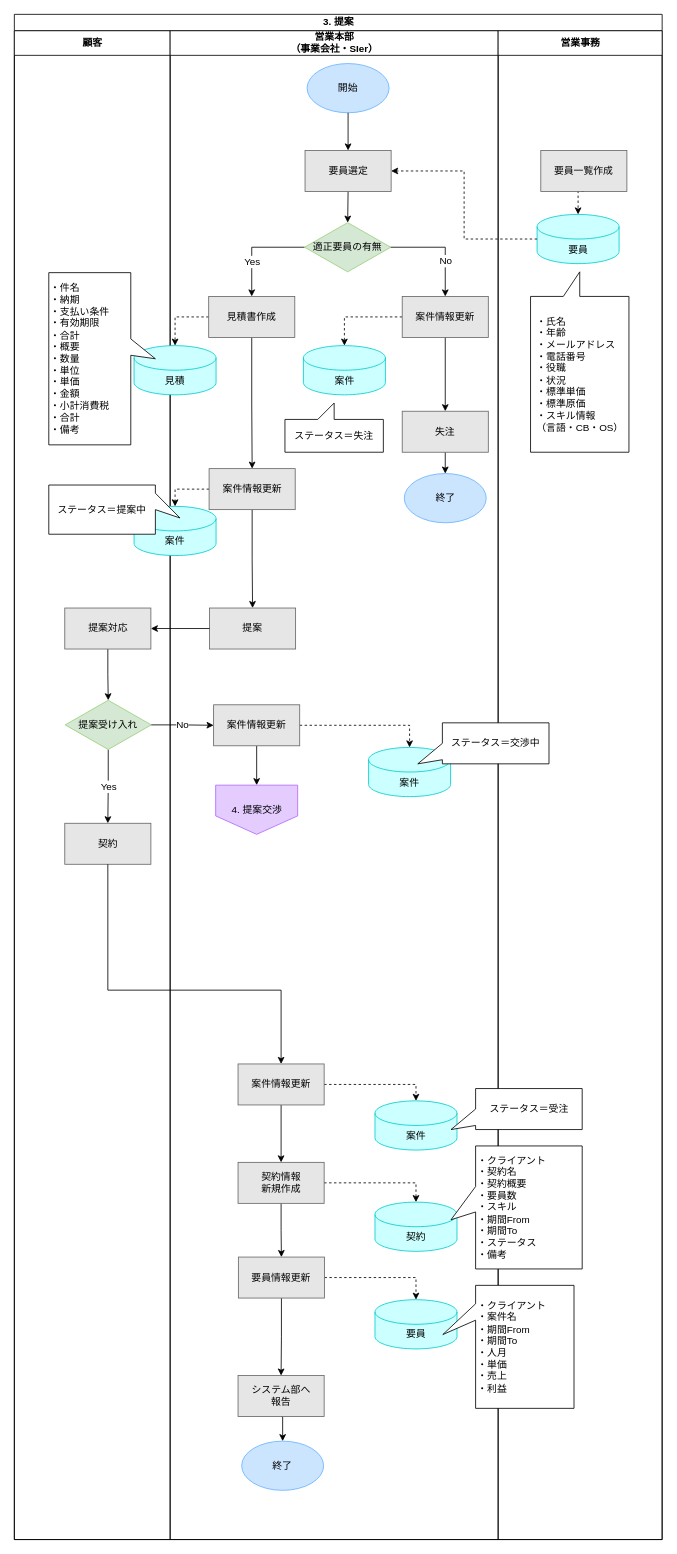
TaikiHorita/TaikiRepository keeps this draw.io diagram as page "提案" (4 of 6) of 20230622To-Be業務フロー図.drawio. Above is the earlier version. Source tidied: cells renumbered, new cells numbered last; positions are measured from the earlier drawing's top-left corner, leaving out a move shared by most shapes. Both pictures are drawn from the tidied source at 82%, with x=0, y=0 at pixel (14, 14).
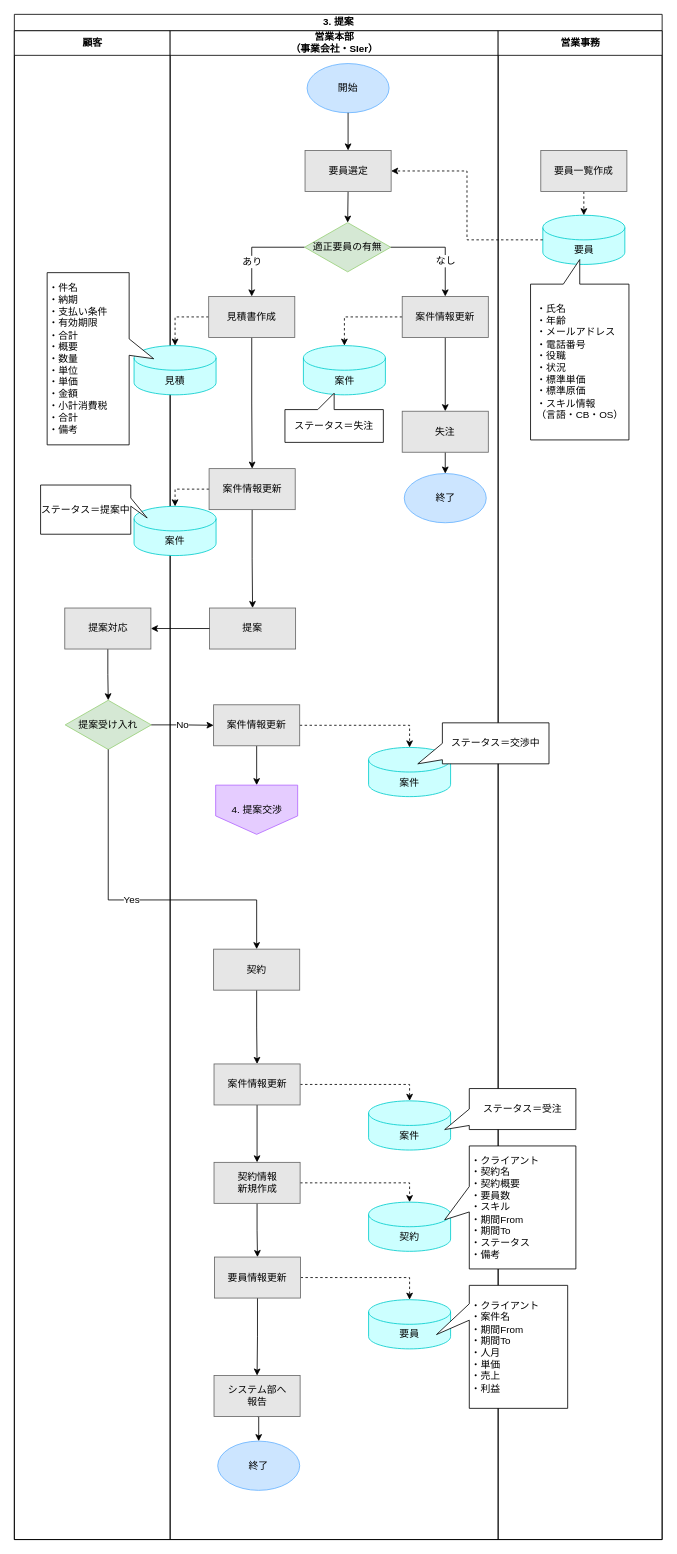
The same diagram, later.

The change refers to these unchanged cells:
```xml
<mxCell id="2" value="3. 提案" style="swimlane;startSize=20;html=1;fontFamily=Meiryo UI ;fontSize=12;" parent="1" vertex="1">
  <mxGeometry width="790" height="1860" as="geometry" />
</mxCell>
<mxCell id="3" value="顧客" style="swimlane;startSize=30;html=1;fillColor=#FFFFFF;fontFamily=Meiryo UI ;fontSize=12;" parent="2" vertex="1">
  <mxGeometry y="20" width="190" height="1840" as="geometry" />
</mxCell>
<mxCell id="7" value="提案受け入れ" style="rhombus;whiteSpace=wrap;html=1;fillColor=#D5E8D4;fontFamily=Meiryo UI ;strokeColor=#97D077;fontSize=12;" parent="3" vertex="1">
  <mxGeometry x="62" y="816.5" width="105" height="60" as="geometry" />
</mxCell>
<mxCell id="9" value="営業本部&lt;br style=&quot;font-size: 12px;&quot;&gt;（事業会社・SIer）" style="swimlane;startSize=30;html=1;fontFamily=Meiryo UI ;fontSize=12;" parent="2" vertex="1">
  <mxGeometry x="190" y="20" width="400" height="1840" as="geometry" />
</mxCell>
<mxCell id="11" value="適正要員の有無" style="rhombus;whiteSpace=wrap;html=1;fillColor=#D5E8D4;fontFamily=Meiryo UI ;strokeColor=#97D077;fontSize=12;" parent="9" vertex="1">
  <mxGeometry x="164" y="234" width="105" height="60" as="geometry" />
</mxCell>
<mxCell id="25" value="見積書作成" style="rounded=0;whiteSpace=wrap;html=1;fillColor=#E6E6E6;fontFamily=Meiryo UI ;strokeColor=#666666;fontSize=12;" parent="9" vertex="1">
  <mxGeometry x="47" y="324" width="105" height="50" as="geometry" />
</mxCell>
<mxCell id="34" value="案件情報更新" style="rounded=0;whiteSpace=wrap;html=1;fillColor=#E6E6E6;fontFamily=Meiryo UI ;strokeColor=#666666;fontSize=12;" parent="9" vertex="1">
  <mxGeometry x="283" y="324" width="105" height="50" as="geometry" />
</mxCell>
<mxCell id="57" value="営業事務" style="swimlane;startSize=30;html=1;fontFamily=Meiryo UI ;fontSize=12;" parent="2" vertex="1">
  <mxGeometry x="590" y="20" width="200" height="1840" as="geometry" />
</mxCell>
```

Change to the diagram source:
```diff
@@
-    <mxCell id="6" value="Yes" style="edgeStyle=orthogonalEdgeStyle;rounded=0;jettySize=auto;html=1;exitX=0.5;exitY=1;exitDx=0;exitDy=0;fontFamily=Meiryo UI ;fontSize=12;" parent="3" edge="1" source="7" target="8">
-      <mxGeometry relative="1" as="geometry" />
-    </mxCell>
@@
-    <mxCell id="8" value="契約" style="rounded=0;whiteSpace=wrap;html=1;fillColor=#E6E6E6;fontFamily=Meiryo UI ;strokeColor=#666666;fontSize=12;" parent="3" vertex="1">
-      <mxGeometry x="61.5" y="966.5" width="105" height="50" as="geometry" />
-    </mxCell>
@@
-    <mxCell id="10" value="Yes" style="edgeStyle=orthogonalEdgeStyle;rounded=0;jettySize=auto;html=1;exitX=0;exitY=0.5;exitDx=0;exitDy=0;fontFamily=Meiryo UI ;entryX=0.5;entryY=0;entryDx=0;entryDy=0;fontSize=12;" parent="9" edge="1" source="11" target="25">
+    <mxCell id="10" value="あり" style="edgeStyle=orthogonalEdgeStyle;rounded=0;jettySize=auto;html=1;exitX=0;exitY=0.5;exitDx=0;exitDy=0;fontFamily=Meiryo UI ;entryX=0.5;entryY=0;entryDx=0;entryDy=0;fontSize=12;" parent="9" edge="1" source="11" target="25">
       <mxGeometry x="0.32" relative="1" as="geometry">
         <Array as="points">
           <mxPoint x="100" y="264" />
         </Array>
       </mxGeometry>
     </mxCell>
@@
     <mxCell id="15" value="&lt;font style=&quot;font-size: 12px;&quot;&gt;&lt;span style=&quot;font-size: 12px;&quot;&gt;案件&lt;/span&gt;&lt;/font&gt;" style="shape=cylinder3;whiteSpace=wrap;html=1;boundedLbl=1;backgroundOutline=1;size=15;fillColor=#CCFFFF;fontFamily=Meiryo UI ;strokeColor=#00CCCC;fontColor=#000000;fontStyle=0;fontSize=12;" parent="9" vertex="1">
-      <mxGeometry x="249.8" y="1305" width="100" height="60" as="geometry" />
+      <mxGeometry x="242" y="1305" width="100" height="60" as="geometry" />
     </mxCell>
@@
     <mxCell id="21" value="&lt;font style=&quot;font-size: 12px;&quot;&gt;&lt;span style=&quot;font-size: 12px;&quot;&gt;要員&lt;/span&gt;&lt;/font&gt;" style="shape=cylinder3;whiteSpace=wrap;html=1;boundedLbl=1;backgroundOutline=1;size=15;fillColor=#CCFFFF;fontFamily=Meiryo UI ;strokeColor=#00CCCC;fontColor=#000000;fontStyle=0;fontSize=12;" parent="9" vertex="1">
-      <mxGeometry x="249.8" y="1547.5" width="100" height="60" as="geometry" />
+      <mxGeometry x="242" y="1547.5" width="100" height="60" as="geometry" />
     </mxCell>
     <mxCell id="22" value="終了" style="ellipse;whiteSpace=wrap;html=1;fontFamily=Meiryo UI ;fillColor=#CCE5FF;strokeColor=#66B2FF;fontSize=12;" parent="9" vertex="1">
-      <mxGeometry x="87.2" y="1720" width="100" height="60" as="geometry" />
+      <mxGeometry x="58" y="1720" width="100" height="60" as="geometry" />
     </mxCell>
@@
-    <mxCell id="35" value="No" style="edgeStyle=orthogonalEdgeStyle;rounded=0;jettySize=auto;html=1;exitX=1;exitY=0.5;exitDx=0;exitDy=0;entryX=0.5;entryY=0;entryDx=0;entryDy=0;fontFamily=Meiryo UI ;fontSize=12;" parent="9" edge="1" source="11" target="34">
+    <mxCell id="35" value="なし" style="edgeStyle=orthogonalEdgeStyle;rounded=0;jettySize=auto;html=1;exitX=1;exitY=0.5;exitDx=0;exitDy=0;entryX=0.5;entryY=0;entryDx=0;entryDy=0;fontFamily=Meiryo UI ;fontSize=12;" parent="9" edge="1" source="11" target="34">
       <mxGeometry x="0.3" relative="1" as="geometry">
         <mxPoint y="1" as="offset" />
       </mxGeometry>
     </mxCell>
@@
     <mxCell id="38" value="案件情報更新" style="rounded=0;whiteSpace=wrap;html=1;fillColor=#E6E6E6;fontFamily=Meiryo UI ;strokeColor=#666666;fontSize=12;" parent="9" vertex="1">
-      <mxGeometry x="82.8" y="1260" width="105" height="50" as="geometry" />
+      <mxGeometry x="53.5" y="1260" width="105" height="50" as="geometry" />
     </mxCell>
     <mxCell id="39" value="・件名&lt;br style=&quot;font-size: 12px;&quot;&gt;・納期&lt;br style=&quot;font-size: 12px;&quot;&gt;・支払い条件&lt;br style=&quot;font-size: 12px;&quot;&gt;・有効期限&lt;br style=&quot;font-size: 12px;&quot;&gt;・合計&lt;br style=&quot;font-size: 12px;&quot;&gt;・概要&lt;br style=&quot;font-size: 12px;&quot;&gt;・数量&lt;br style=&quot;font-size: 12px;&quot;&gt;・単位&lt;br style=&quot;font-size: 12px;&quot;&gt;・単価&lt;br style=&quot;font-size: 12px;&quot;&gt;・金額&lt;br style=&quot;font-size: 12px;&quot;&gt;・小計消費税&lt;br style=&quot;font-size: 12px;&quot;&gt;・合計&lt;br style=&quot;font-size: 12px;&quot;&gt;・備考" style="shape=callout;whiteSpace=wrap;html=1;perimeter=calloutPerimeter;size=30;position=0.52;direction=north;base=20;align=left;fontFamily=Meiryo UI ;fontSize=12;" parent="9" vertex="1">
-      <mxGeometry x="-148" y="295" width="130" height="210" as="geometry" />
+      <mxGeometry x="-150" y="295" width="130" height="210" as="geometry" />
     </mxCell>
@@
     <mxCell id="42" value="要員情報更新" style="rounded=0;whiteSpace=wrap;html=1;fillColor=#E6E6E6;fontFamily=Meiryo UI ;strokeColor=#666666;fontSize=12;" parent="9" vertex="1">
-      <mxGeometry x="83.2" y="1495.5" width="105" height="50" as="geometry" />
+      <mxGeometry x="54" y="1495.5" width="105" height="50" as="geometry" />
     </mxCell>
@@
     <mxCell id="44" value="&lt;font style=&quot;font-size: 12px;&quot;&gt;&lt;span style=&quot;font-size: 12px;&quot;&gt;契約&lt;/span&gt;&lt;/font&gt;" style="shape=cylinder3;whiteSpace=wrap;html=1;boundedLbl=1;backgroundOutline=1;size=15;fillColor=#CCFFFF;fontFamily=Meiryo UI ;strokeColor=#00CCCC;fontColor=#000000;fontStyle=0;fontSize=12;" parent="9" vertex="1">
-      <mxGeometry x="249.8" y="1428.5" width="100" height="60" as="geometry" />
+      <mxGeometry x="242" y="1428.5" width="100" height="60" as="geometry" />
     </mxCell>
@@
     <mxCell id="46" value="ステータス＝失注" style="shape=callout;whiteSpace=wrap;html=1;perimeter=calloutPerimeter;direction=west;size=20;position=0.5;fontFamily=Meiryo UI ;fontSize=12;" parent="9" vertex="1">
-      <mxGeometry x="140" y="454" width="120" height="60" as="geometry" />
+      <mxGeometry x="140" y="442" width="120" height="60" as="geometry" />
     </mxCell>
@@
     <mxCell id="51" value="契約情報&lt;br style=&quot;font-size: 12px;&quot;&gt;新規作成" style="rounded=0;whiteSpace=wrap;html=1;fillColor=#E6E6E6;fontFamily=Meiryo UI ;strokeColor=#666666;fontSize=12;" parent="9" vertex="1">
-      <mxGeometry x="82.8" y="1380" width="105" height="50" as="geometry" />
+      <mxGeometry x="53.5" y="1380" width="105" height="50" as="geometry" />
     </mxCell>
@@
     <mxCell id="53" value="システム部へ&lt;br style=&quot;font-size: 12px;&quot;&gt;報告" style="rounded=0;whiteSpace=wrap;html=1;fillColor=#E6E6E6;fontFamily=Meiryo UI ;strokeColor=#666666;fontSize=12;" parent="9" vertex="1">
-      <mxGeometry x="82.8" y="1640" width="105" height="50" as="geometry" />
+      <mxGeometry x="53.5" y="1640" width="105" height="50" as="geometry" />
     </mxCell>
@@
+    <mxCell id="56" style="edgeStyle=orthogonalEdgeStyle;rounded=0;jettySize=auto;html=1;exitX=0.5;exitY=1;exitDx=0;exitDy=0;" parent="9" edge="1" source="8" target="38">
+      <mxGeometry relative="1" as="geometry" />
+    </mxCell>
+    <mxCell id="8" value="契約" style="rounded=0;whiteSpace=wrap;html=1;fillColor=#E6E6E6;fontFamily=Meiryo UI ;strokeColor=#666666;fontSize=12;" parent="9" vertex="1">
+      <mxGeometry x="53" y="1120" width="105" height="50" as="geometry" />
+    </mxCell>
@@
-    <mxCell id="56" style="edgeStyle=orthogonalEdgeStyle;rounded=0;jettySize=auto;html=1;exitX=0.5;exitY=1;exitDx=0;exitDy=0;entryX=0.5;entryY=0;entryDx=0;entryDy=0;fontFamily=Meiryo UI ;fontSize=12;" parent="2" edge="1" source="8" target="38">
-      <mxGeometry relative="1" as="geometry">
-        <Array as="points">
-          <mxPoint x="114" y="1190" />
-          <mxPoint x="325" y="1190" />
-        </Array>
-      </mxGeometry>
-    </mxCell>
@@
     <mxCell id="58" value="&lt;font style=&quot;font-size: 12px;&quot;&gt;&lt;span style=&quot;font-size: 12px;&quot;&gt;要員&lt;/span&gt;&lt;/font&gt;" style="shape=cylinder3;whiteSpace=wrap;html=1;boundedLbl=1;backgroundOutline=1;size=15;fillColor=#CCFFFF;fontFamily=Meiryo UI ;strokeColor=#00CCCC;fontColor=#000000;fontStyle=0;fontSize=12;" parent="57" vertex="1">
-      <mxGeometry x="47.5" y="224" width="100" height="60" as="geometry" />
+      <mxGeometry x="54.5" y="225" width="100" height="60" as="geometry" />
     </mxCell>
@@
     <mxCell id="62" value="&lt;div style=&quot;border-color: var(--border-color); text-align: justify; font-size: 12px;&quot;&gt;&lt;/div&gt;&lt;span style=&quot;border-color: var(--border-color); background-color: initial; font-size: 12px;&quot;&gt;&lt;/span&gt;&lt;blockquote style=&quot;border: none; margin: 0px 0px 0px 40px; padding: 0px; font-size: 12px;&quot;&gt;&lt;/blockquote&gt;&lt;span style=&quot;border-color: var(--border-color); background-color: initial; font-size: 12px;&quot;&gt;&lt;div style=&quot;border-color: var(--border-color); text-align: justify; font-size: 12px;&quot;&gt;&lt;span style=&quot;border-color: var(--border-color); background-color: initial; font-size: 12px;&quot;&gt;・氏名&lt;/span&gt;&lt;/div&gt;&lt;/span&gt;&lt;blockquote style=&quot;border: none; margin: 0px 0px 0px 40px; padding: 0px; font-size: 12px;&quot;&gt;&lt;/blockquote&gt;&lt;span style=&quot;border-color: var(--border-color); background-color: initial; font-size: 12px;&quot;&gt;&lt;div style=&quot;border-color: var(--border-color); text-align: justify; font-size: 12px;&quot;&gt;&lt;span style=&quot;border-color: var(--border-color); background-color: initial; font-size: 12px;&quot;&gt;・年齢&lt;/span&gt;&lt;/div&gt;&lt;/span&gt;&lt;blockquote style=&quot;border: none; margin: 0px 0px 0px 40px; padding: 0px; font-size: 12px;&quot;&gt;&lt;/blockquote&gt;&lt;span style=&quot;border-color: var(--border-color); background-color: initial; font-size: 12px;&quot;&gt;&lt;div style=&quot;border-color: var(--border-color); text-align: justify; font-size: 12px;&quot;&gt;&lt;span style=&quot;border-color: var(--border-color); background-color: initial; font-size: 12px;&quot;&gt;・メールアドレス&lt;/span&gt;&lt;/div&gt;&lt;/span&gt;&lt;blockquote style=&quot;border: none; margin: 0px 0px 0px 40px; padding: 0px; font-size: 12px;&quot;&gt;&lt;/blockquote&gt;&lt;span style=&quot;border-color: var(--border-color); background-color: initial; font-size: 12px;&quot;&gt;&lt;div style=&quot;border-color: var(--border-color); text-align: justify; font-size: 12px;&quot;&gt;&lt;span style=&quot;border-color: var(--border-color); background-color: initial; font-size: 12px;&quot;&gt;・電話番号&lt;/span&gt;&lt;/div&gt;&lt;/span&gt;&lt;blockquote style=&quot;border: none; margin: 0px 0px 0px 40px; padding: 0px; font-size: 12px;&quot;&gt;&lt;/blockquote&gt;&lt;span style=&quot;border-color: var(--border-color); background-color: initial; font-size: 12px;&quot;&gt;&lt;div style=&quot;border-color: var(--border-color); text-align: justify; font-size: 12px;&quot;&gt;&lt;span style=&quot;border-color: var(--border-color); background-color: initial; font-size: 12px;&quot;&gt;・役職&lt;/span&gt;&lt;/div&gt;&lt;/span&gt;&lt;blockquote style=&quot;border: none; margin: 0px 0px 0px 40px; padding: 0px; font-size: 12px;&quot;&gt;&lt;/blockquote&gt;&lt;span style=&quot;border-color: var(--border-color); background-color: initial; font-size: 12px;&quot;&gt;&lt;div style=&quot;border-color: var(--border-color); text-align: justify; font-size: 12px;&quot;&gt;&lt;span style=&quot;border-color: var(--border-color); background-color: initial; font-size: 12px;&quot;&gt;・状況&lt;/span&gt;&lt;/div&gt;&lt;/span&gt;&lt;blockquote style=&quot;border: none; margin: 0px 0px 0px 40px; padding: 0px; font-size: 12px;&quot;&gt;&lt;/blockquote&gt;&lt;span style=&quot;border-color: var(--border-color); background-color: initial; font-size: 12px;&quot;&gt;&lt;div style=&quot;border-color: var(--border-color); text-align: justify; font-size: 12px;&quot;&gt;&lt;span style=&quot;border-color: var(--border-color); background-color: initial; font-size: 12px;&quot;&gt;・標準単価&lt;/span&gt;&lt;/div&gt;&lt;/span&gt;&lt;blockquote style=&quot;border: none; margin: 0px 0px 0px 40px; padding: 0px; font-size: 12px;&quot;&gt;&lt;/blockquote&gt;&lt;span style=&quot;border-color: var(--border-color); background-color: initial; font-size: 12px;&quot;&gt;&lt;div style=&quot;border-color: var(--border-color); text-align: justify; font-size: 12px;&quot;&gt;&lt;span style=&quot;border-color: var(--border-color); background-color: initial; font-size: 12px;&quot;&gt;・標準原価&lt;/span&gt;&lt;/div&gt;&lt;/span&gt;&lt;div style=&quot;border-color: var(--border-color); text-align: justify; font-size: 12px;&quot;&gt;&lt;span style=&quot;border-color: var(--border-color); background-color: initial; font-size: 12px;&quot;&gt;・スキル情報&lt;/span&gt;&lt;/div&gt;&lt;div style=&quot;border-color: var(--border-color); text-align: justify; font-size: 12px;&quot;&gt;&lt;span style=&quot;border-color: var(--border-color); background-color: initial; font-size: 12px;&quot;&gt;（言語・CB・OS）&lt;/span&gt;&lt;/div&gt;" style="shape=callout;whiteSpace=wrap;html=1;perimeter=calloutPerimeter;direction=west;fontFamily=Meiryo UI ;fontSize=12;" parent="57" vertex="1">
-      <mxGeometry x="39.5" y="294" width="120" height="220" as="geometry" />
+      <mxGeometry x="39.5" y="279" width="120" height="220" as="geometry" />
     </mxCell>
     <mxCell id="63" value="ステータス＝受注" style="shape=callout;whiteSpace=wrap;html=1;perimeter=calloutPerimeter;direction=south;position2=1;fontFamily=Meiryo UI ;fontSize=12;" parent="57" vertex="1">
-      <mxGeometry x="-57.5" y="1290" width="160" height="50" as="geometry" />
+      <mxGeometry x="-65.2" y="1290" width="160" height="50" as="geometry" />
     </mxCell>
     <mxCell id="64" value="・クライアント&lt;br style=&quot;font-size: 12px;&quot;&gt;・案件名&lt;br style=&quot;font-size: 12px;&quot;&gt;・期間From&lt;br style=&quot;font-size: 12px;&quot;&gt;・期間To&lt;br style=&quot;font-size: 12px;&quot;&gt;・人月&lt;br style=&quot;font-size: 12px;&quot;&gt;・単価&lt;br style=&quot;font-size: 12px;&quot;&gt;・売上&lt;br style=&quot;font-size: 12px;&quot;&gt;・利益" style="shape=callout;whiteSpace=wrap;html=1;perimeter=calloutPerimeter;direction=south;position2=0.4;size=40;position=0.15;align=left;fontFamily=Meiryo UI ;fontSize=12;" parent="57" vertex="1">
-      <mxGeometry x="-67.5" y="1530" width="160" height="150" as="geometry" />
+      <mxGeometry x="-75.2" y="1530" width="160" height="150" as="geometry" />
     </mxCell>
     <mxCell id="65" value="&lt;div style=&quot;border-color: var(--border-color); font-size: 12px;&quot;&gt;・クライアント&lt;/div&gt;&lt;div style=&quot;border-color: var(--border-color); font-size: 12px;&quot;&gt;・契約名&lt;/div&gt;&lt;div style=&quot;border-color: var(--border-color); font-size: 12px;&quot;&gt;&lt;span style=&quot;border-color: var(--border-color); background-color: initial; font-size: 12px;&quot;&gt;・契約概要&lt;/span&gt;&lt;/div&gt;&lt;div style=&quot;border-color: var(--border-color); font-size: 12px;&quot;&gt;&lt;span style=&quot;border-color: var(--border-color); background-color: initial; font-size: 12px;&quot;&gt;・要員数&lt;/span&gt;&lt;/div&gt;&lt;div style=&quot;border-color: var(--border-color); font-size: 12px;&quot;&gt;&lt;span style=&quot;border-color: var(--border-color); background-color: initial; font-size: 12px;&quot;&gt;・スキル&lt;/span&gt;&lt;/div&gt;&lt;div style=&quot;border-color: var(--border-color); font-size: 12px;&quot;&gt;&lt;span style=&quot;border-color: var(--border-color); background-color: initial; font-size: 12px;&quot;&gt;・期間From&lt;/span&gt;&lt;/div&gt;&lt;div style=&quot;border-color: var(--border-color); font-size: 12px;&quot;&gt;&lt;span style=&quot;border-color: var(--border-color); background-color: initial; font-size: 12px;&quot;&gt;・期間To&lt;/span&gt;&lt;/div&gt;&lt;div style=&quot;border-color: var(--border-color); font-size: 12px;&quot;&gt;&lt;span style=&quot;border-color: var(--border-color); background-color: initial; font-size: 12px;&quot;&gt;・ステータス&lt;/span&gt;&lt;/div&gt;&lt;div style=&quot;border-color: var(--border-color); font-size: 12px;&quot;&gt;&lt;span style=&quot;border-color: var(--border-color); background-color: initial; font-size: 12px;&quot;&gt;・備考&lt;/span&gt;&lt;/div&gt;" style="shape=callout;whiteSpace=wrap;html=1;perimeter=calloutPerimeter;direction=south;position2=0.6;size=30;position=0.33;base=31;align=left;fontFamily=Meiryo UI ;fontSize=12;" parent="57" vertex="1">
-      <mxGeometry x="-57.5" y="1360" width="160" height="150" as="geometry" />
+      <mxGeometry x="-65.2" y="1360" width="160" height="150" as="geometry" />
     </mxCell>
@@
+    <mxCell id="6" value="Yes" style="edgeStyle=orthogonalEdgeStyle;rounded=0;jettySize=auto;html=1;exitX=0.5;exitY=1;exitDx=0;exitDy=0;fontFamily=Meiryo UI ;fontSize=12;entryX=0.5;entryY=0;entryDx=0;entryDy=0;" parent="2" edge="1" source="7" target="8">
+      <mxGeometry relative="1" as="geometry">
+        <Array as="points">
+          <mxPoint x="115" y="1080" />
+          <mxPoint x="296" y="1080" />
+        </Array>
+      </mxGeometry>
+    </mxCell>
-    <mxCell id="68" value="ステータス＝提案中" style="shape=callout;whiteSpace=wrap;html=1;perimeter=calloutPerimeter;direction=north;position2=0.33;fontFamily=Meiryo UI ;fontSize=12;" parent="1" vertex="1">
-      <mxGeometry x="42" y="574" width="160" height="60" as="geometry" />
+    <mxCell id="68" value="ステータス＝提案中" style="shape=callout;whiteSpace=wrap;html=1;perimeter=calloutPerimeter;direction=north;position2=0.33;fontFamily=Meiryo UI ;fontSize=12;size=20;position=0.57;base=10;" parent="1" vertex="1">
+      <mxGeometry x="32" y="574" width="130" height="60" as="geometry" />
     </mxCell>
```
